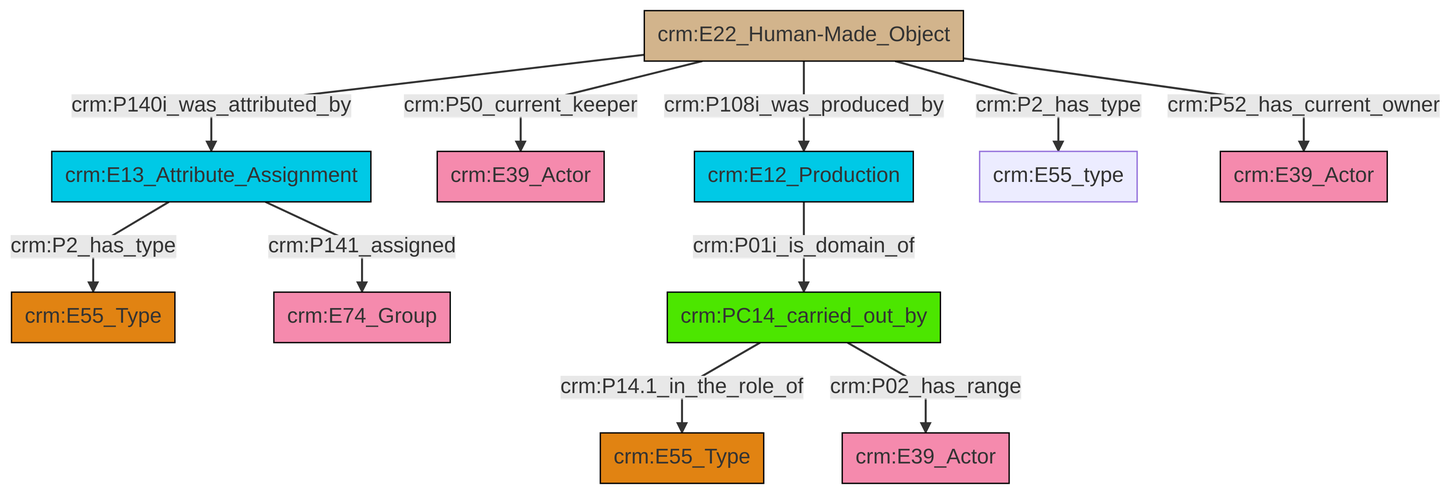
Before: et/artworkCSV/ttl/mmd/png/Artwork_Actor_Relations.png, a diagram exported from Mermaid (swiss-art-research-net/reference-data-models). Its source is kept beside it as et/artworkCSV/ttl/mmd/Artwork_Actor_Relations.ttl.mmd.
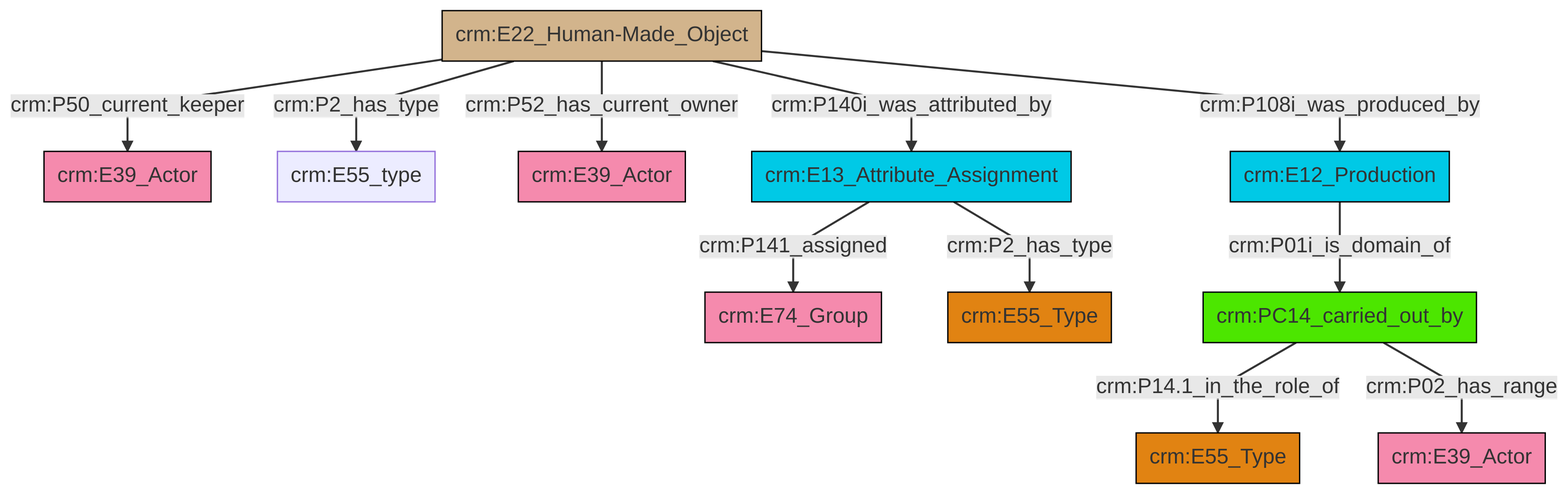
After the change.

What changed in the source:
```diff
@@ -13,13 +13,13 @@
 classDef PC_Classes fill:#4ce600, stroke:#000000;
 classDef Multi fill:#cccccc,stroke:#000000;
 
-2["crm:E22_Human-Made_Object"]:::Physical_Thing -->|crm:P140i_was_attributed_by| 3["crm:E13_Attribute_Assignment"]:::Temporal_Entity
-2["crm:E22_Human-Made_Object"]:::Physical_Thing -->|crm:P50_current_keeper| 4["crm:E39_Actor"]:::Actor
-6["crm:PC14_carried_out_by"]:::PC_Classes -->|crm:P14.1_in_the_role_of| 7["crm:E55_Type"]:::Type
-2["crm:E22_Human-Made_Object"]:::Physical_Thing -->|crm:P108i_was_produced_by| 11["crm:E12_Production"]:::Temporal_Entity
-3["crm:E13_Attribute_Assignment"]:::Temporal_Entity -->|crm:P2_has_type| 0["crm:E55_Type"]:::Type
-11["crm:E12_Production"]:::Temporal_Entity -->|crm:P01i_is_domain_of| 6["crm:PC14_carried_out_by"]:::PC_Classes
-6["crm:PC14_carried_out_by"]:::PC_Classes -->|crm:P02_has_range| 8["crm:E39_Actor"]:::Actor
-2["crm:E22_Human-Made_Object"]:::Physical_Thing -->|crm:P2_has_type| 15["crm:E55_type"]:::Default
-2["crm:E22_Human-Made_Object"]:::Physical_Thing -->|crm:P52_has_current_owner| 21["crm:E39_Actor"]:::Actor
-3["crm:E13_Attribute_Assignment"]:::Temporal_Entity -->|crm:P141_assigned| 18["crm:E74_Group"]:::Actor
+6["crm:E22_Human-Made_Object"]:::Physical_Thing -->|crm:P2_has_type| 7["crm:E55_type"]:::Default
+6["crm:E22_Human-Made_Object"]:::Physical_Thing -->|crm:P52_has_current_owner| 9["crm:E39_Actor"]:::Actor
+6["crm:E22_Human-Made_Object"]:::Physical_Thing -->|crm:P50_current_keeper| 2["crm:E39_Actor"]:::Actor
+15["crm:E13_Attribute_Assignment"]:::Temporal_Entity -->|crm:P141_assigned| 4["crm:E74_Group"]:::Actor
+6["crm:E22_Human-Made_Object"]:::Physical_Thing -->|crm:P108i_was_produced_by| 10["crm:E12_Production"]:::Temporal_Entity
+18["crm:PC14_carried_out_by"]:::PC_Classes -->|crm:P14.1_in_the_role_of| 0["crm:E55_Type"]:::Type
+15["crm:E13_Attribute_Assignment"]:::Temporal_Entity -->|crm:P2_has_type| 12["crm:E55_Type"]:::Type
+18["crm:PC14_carried_out_by"]:::PC_Classes -->|crm:P02_has_range| 16["crm:E39_Actor"]:::Actor
+10["crm:E12_Production"]:::Temporal_Entity -->|crm:P01i_is_domain_of| 18["crm:PC14_carried_out_by"]:::PC_Classes
+6["crm:E22_Human-Made_Object"]:::Physical_Thing -->|crm:P140i_was_attributed_by| 15["crm:E13_Attribute_Assignment"]:::Temporal_Entity
```
